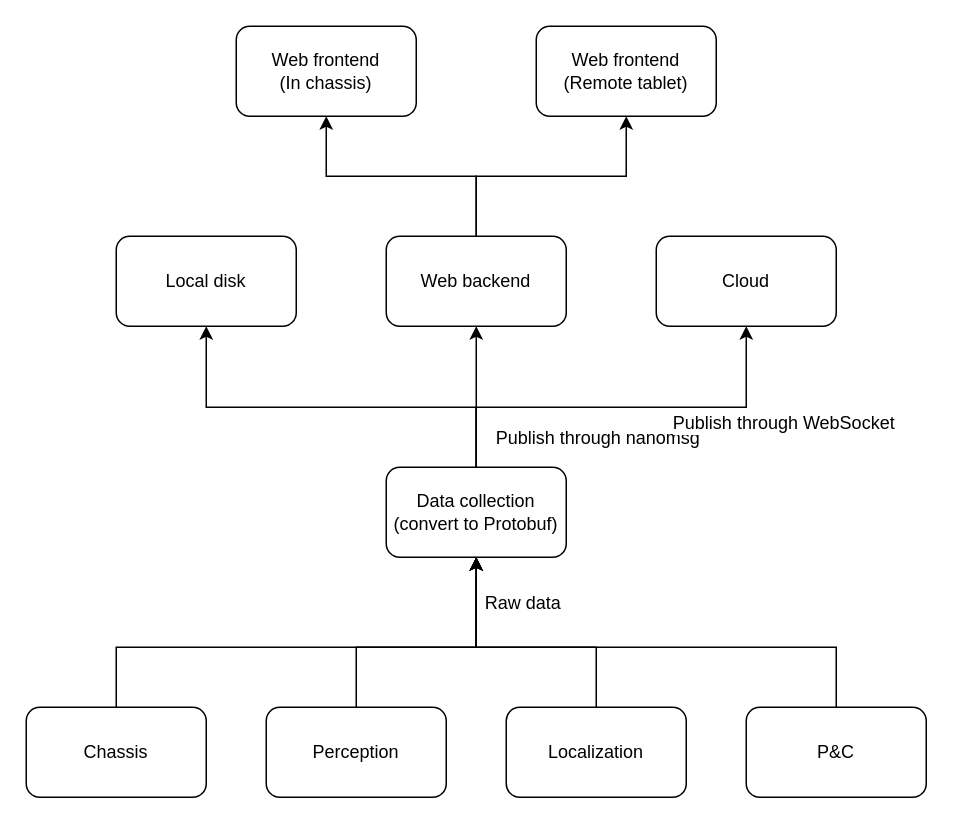
Before: data_collection.drawio in mMikaa00/For_draw_io, a draw.io diagram. Source tidied: cells renumbered, new cells numbered last; positions are measured from the earlier drawing's top-left corner, leaving out a move shared by most shapes. Both pictures are drawn from the tidied source at 150%, with x=0, y=0 at pixel (26, 26).
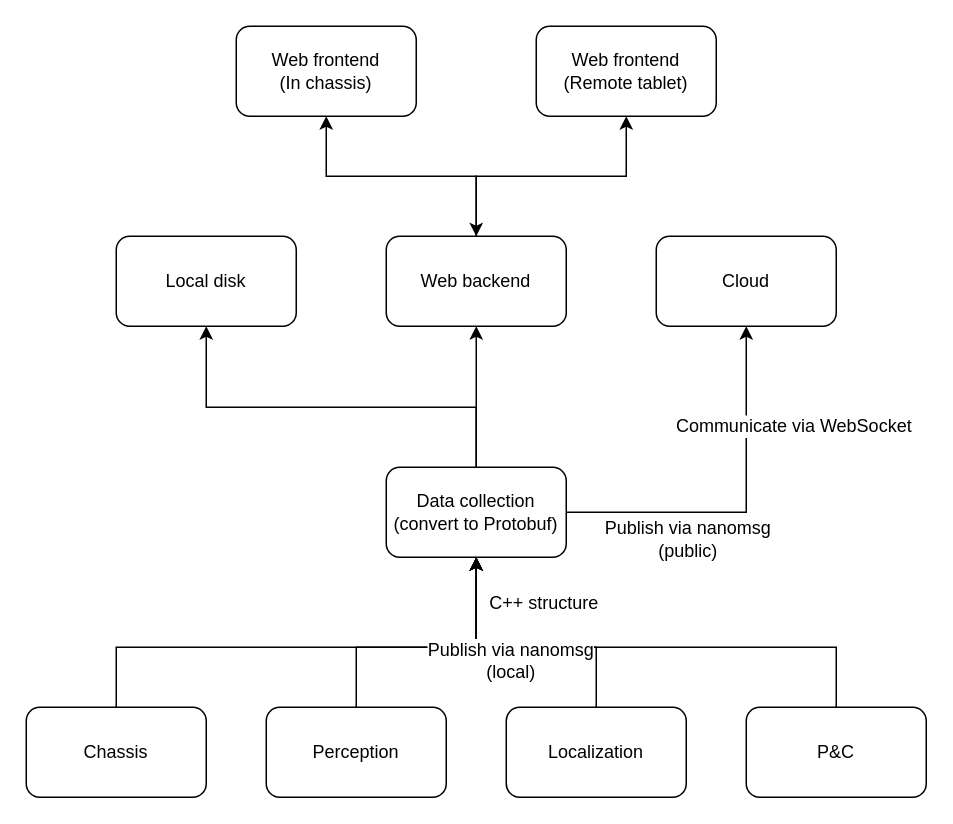
The same page after the edit.

Unchanged cells that the change refers to:
```xml
<mxCell id="2" style="edgeStyle=orthogonalEdgeStyle;rounded=0;jettySize=auto;html=1;entryX=0.5;entryY=1;entryDx=0;entryDy=0;" parent="1" edge="1" source="4" target="15">
  <mxGeometry relative="1" as="geometry">
    <Array as="points">
      <mxPoint x="60" y="414" />
      <mxPoint x="300" y="414" />
    </Array>
  </mxGeometry>
</mxCell>
<mxCell id="15" value="&lt;div&gt;Data collection&lt;/div&gt;&lt;div&gt;(convert to Protobuf)&lt;br&gt;&lt;/div&gt;" style="rounded=1;whiteSpace=wrap;html=1;" parent="1" vertex="1">
  <mxGeometry x="240" y="294" width="120" height="60" as="geometry" />
</mxCell>
<mxCell id="16" value="Cloud" style="rounded=1;whiteSpace=wrap;html=1;" parent="1" vertex="1">
  <mxGeometry x="420" y="140" width="120" height="60" as="geometry" />
</mxCell>
<mxCell id="20" value="Web backend" style="rounded=1;whiteSpace=wrap;html=1;" parent="1" vertex="1">
  <mxGeometry x="240" y="140" width="120" height="60" as="geometry" />
</mxCell>
<mxCell id="23" value="&lt;div&gt;Web frontend&lt;/div&gt;&lt;div&gt;(Remote tablet)&lt;br&gt;&lt;/div&gt;" style="rounded=1;whiteSpace=wrap;html=1;" parent="1" vertex="1">
  <mxGeometry x="340" width="120" height="60" as="geometry" />
</mxCell>
```

What changed in the source:
```diff
@@
-    <mxCell id="3" value="Raw data" style="text;html=1;align=center;verticalAlign=middle;labelBackgroundColor=#ffffff;direction=south;" parent="2" vertex="1">
+    <mxCell id="3" value="C++ structure" style="text;html=1;align=center;verticalAlign=middle;labelBackgroundColor=#ffffff;direction=south;" parent="2" vertex="1">
       <mxGeometry x="-0.32" y="1" relative="1" as="geometry">
-        <mxPoint x="194" y="-29" as="offset" />
+        <mxPoint x="208" y="-29" as="offset" />
       </mxGeometry>
     </mxCell>
@@
     <mxCell id="12" style="edgeStyle=orthogonalEdgeStyle;rounded=0;jettySize=auto;html=1;" parent="1" edge="1" source="15" target="16">
       <mxGeometry relative="1" as="geometry">
         <Array as="points">
-          <mxPoint x="300" y="254" />
-          <mxPoint x="480" y="254" />
+          <mxPoint x="480" y="324" />
         </Array>
       </mxGeometry>
     </mxCell>
-    <mxCell id="13" value="Publish through nanomsg" style="text;html=1;align=center;verticalAlign=middle;labelBackgroundColor=#ffffff;" parent="12" vertex="1">
+    <mxCell id="13" value="&lt;div&gt;Publish via nanomsg&lt;/div&gt;&lt;div&gt;(public)&lt;br&gt;&lt;/div&gt;" style="text;html=1;align=center;verticalAlign=middle;labelBackgroundColor=#ffffff;" parent="12" vertex="1">
       <mxGeometry x="-0.81" relative="1" as="geometry">
-        <mxPoint x="80" y="6.5" as="offset" />
+        <mxPoint x="57" y="17" as="offset" />
       </mxGeometry>
     </mxCell>
@@
-    <mxCell id="19" style="edgeStyle=orthogonalEdgeStyle;rounded=0;jettySize=auto;html=1;entryX=0.5;entryY=1;entryDx=0;entryDy=0;" parent="1" edge="1" source="20" target="23">
+    <mxCell id="19" style="edgeStyle=orthogonalEdgeStyle;rounded=0;jettySize=auto;html=1;entryX=0.5;entryY=1;entryDx=0;entryDy=0;startArrow=classic;startFill=1;" parent="1" edge="1" source="20" target="23">
       <mxGeometry relative="1" as="geometry" />
     </mxCell>
@@
-    <mxCell id="22" value="Publish through WebSocket" style="text;html=1;align=center;verticalAlign=middle;labelBackgroundColor=#ffffff;" parent="1" vertex="1">
+    <mxCell id="22" value="&amp;nbsp;Communicate via WebSocket" style="text;html=1;align=center;verticalAlign=middle;labelBackgroundColor=#ffffff;" parent="1" vertex="1">
       <mxGeometry x="-0.81" relative="1" as="geometry">
-        <mxPoint x="504" y="264" as="offset" />
+        <mxPoint x="509" y="266" as="offset" />
       </mxGeometry>
     </mxCell>
@@
+    <mxCell id="24" value="&lt;div&gt;Publish via nanomsg&lt;/div&gt;&lt;div&gt;(local)&lt;br&gt;&lt;/div&gt;" style="text;html=1;align=center;verticalAlign=middle;labelBackgroundColor=#ffffff;direction=south;" parent="1" vertex="1">
+      <mxGeometry x="-0.81" relative="1" as="geometry">
+        <mxPoint x="322" y="422" as="offset" />
+      </mxGeometry>
+    </mxCell>
```
